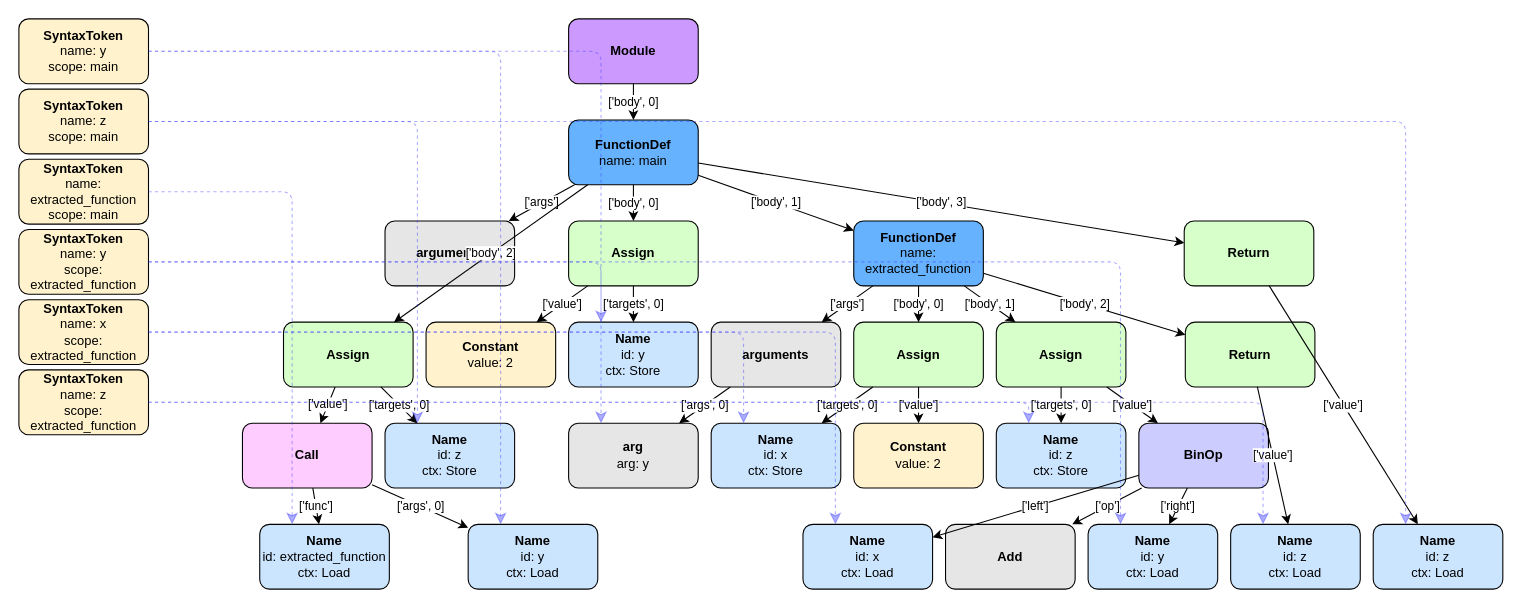
Before: images/test-extraction-after.drawio in nastia-39/project-6390, a draw.io diagram. Source tidied: cells renumbered, new cells numbered last; positions are measured from the earlier drawing's top-left corner, leaving out a move shared by most shapes. Both pictures are drawn from the tidied source at 108%, with x=0, y=0 at pixel (18, 18).
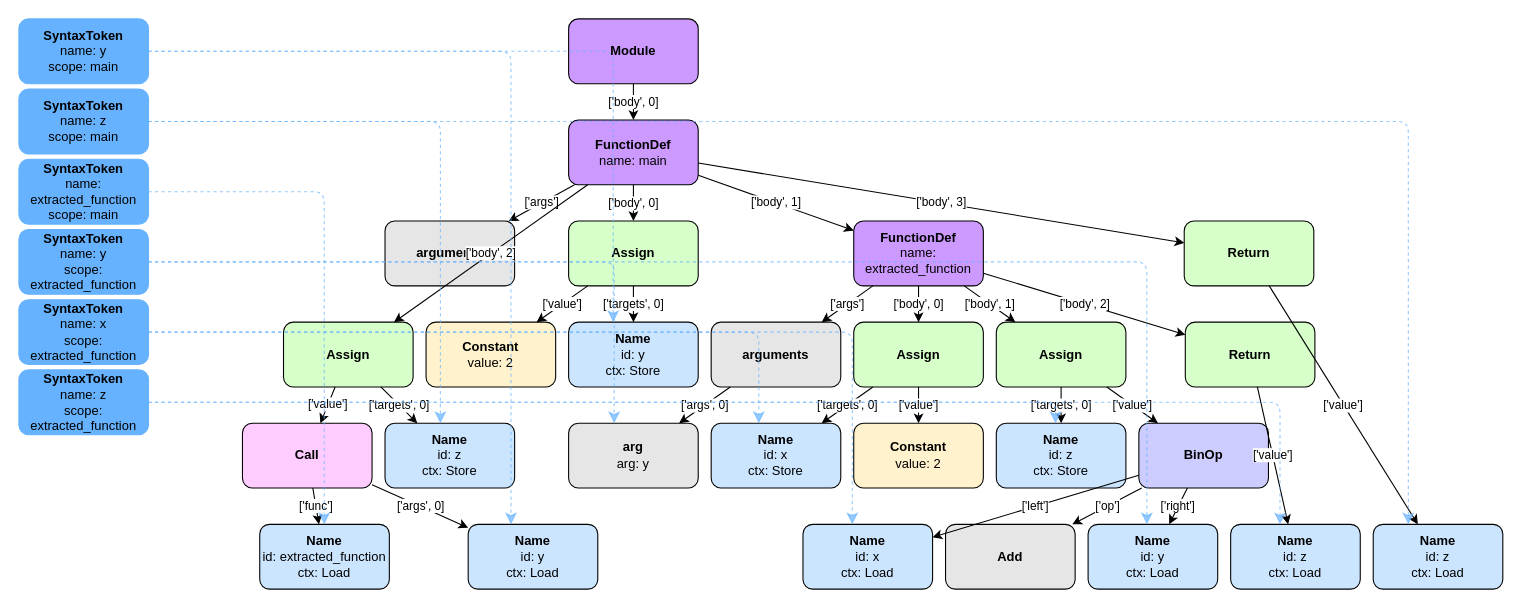
The same diagram, later.

The change refers to these unchanged cells:
```xml
<mxCell id="6" value="&lt;b&gt;Name&lt;/b&gt;&lt;br&gt;id: y&lt;br&gt;ctx: Store" style="whiteSpace=wrap;html=1;rounded=1;fillColor=#CCE5FF;strokeColor=#000000;" parent="1" vertex="1">
  <mxGeometry x="509" y="280.8" width="120" height="60" as="geometry" />
</mxCell>
<mxCell id="10" value="&lt;b&gt;arg&lt;/b&gt;&lt;br&gt;arg: y" style="whiteSpace=wrap;html=1;rounded=1;fillColor=#E6E6E6;strokeColor=#000000;" parent="1" vertex="1">
  <mxGeometry x="509" y="374.4" width="120" height="60" as="geometry" />
</mxCell>
<mxCell id="12" value="&lt;b&gt;Name&lt;/b&gt;&lt;br&gt;id: x&lt;br&gt;ctx: Store" style="whiteSpace=wrap;html=1;rounded=1;fillColor=#CCE5FF;strokeColor=#000000;" parent="1" vertex="1">
  <mxGeometry x="641" y="374.4" width="120" height="60" as="geometry" />
</mxCell>
<mxCell id="15" value="&lt;b&gt;Name&lt;/b&gt;&lt;br&gt;id: z&lt;br&gt;ctx: Store" style="whiteSpace=wrap;html=1;rounded=1;fillColor=#CCE5FF;strokeColor=#000000;" parent="1" vertex="1">
  <mxGeometry x="905" y="374.4" width="120" height="60" as="geometry" />
</mxCell>
<mxCell id="17" value="&lt;b&gt;Name&lt;/b&gt;&lt;br&gt;id: x&lt;br&gt;ctx: Load" style="whiteSpace=wrap;html=1;rounded=1;fillColor=#CCE5FF;strokeColor=#000000;" parent="1" vertex="1">
  <mxGeometry x="726" y="468" width="120" height="60" as="geometry" />
</mxCell>
<mxCell id="19" value="&lt;b&gt;Name&lt;/b&gt;&lt;br&gt;id: y&lt;br&gt;ctx: Load" style="whiteSpace=wrap;html=1;rounded=1;fillColor=#CCE5FF;strokeColor=#000000;" parent="1" vertex="1">
  <mxGeometry x="990" y="468" width="120" height="60" as="geometry" />
</mxCell>
<mxCell id="21" value="&lt;b&gt;Name&lt;/b&gt;&lt;br&gt;id: z&lt;br&gt;ctx: Load" style="whiteSpace=wrap;html=1;rounded=1;fillColor=#CCE5FF;strokeColor=#000000;" parent="1" vertex="1">
  <mxGeometry x="1122" y="468" width="120" height="60" as="geometry" />
</mxCell>
<mxCell id="23" value="&lt;b&gt;Name&lt;/b&gt;&lt;br&gt;id: z&lt;br&gt;ctx: Store" style="whiteSpace=wrap;html=1;rounded=1;fillColor=#CCE5FF;strokeColor=#000000;" parent="1" vertex="1">
  <mxGeometry x="339" y="374.4" width="120" height="60" as="geometry" />
</mxCell>
<mxCell id="25" value="&lt;b&gt;Name&lt;/b&gt;&lt;br&gt;id: extracted_function&lt;br&gt;ctx: Load" style="whiteSpace=wrap;html=1;rounded=1;fillColor=#CCE5FF;strokeColor=#000000;" parent="1" vertex="1">
  <mxGeometry x="223" y="468" width="120" height="60" as="geometry" />
</mxCell>
<mxCell id="26" value="&lt;b&gt;Name&lt;/b&gt;&lt;br&gt;id: y&lt;br&gt;ctx: Load" style="whiteSpace=wrap;html=1;rounded=1;fillColor=#CCE5FF;strokeColor=#000000;" parent="1" vertex="1">
  <mxGeometry x="416" y="468" width="120" height="60" as="geometry" />
</mxCell>
<mxCell id="28" value="&lt;b&gt;Name&lt;/b&gt;&lt;br&gt;id: z&lt;br&gt;ctx: Load" style="whiteSpace=wrap;html=1;rounded=1;fillColor=#CCE5FF;strokeColor=#000000;" parent="1" vertex="1">
  <mxGeometry x="1254" y="468" width="120" height="60" as="geometry" />
</mxCell>
```

The edit, as a diff of the source:
```diff
@@
-    <mxCell id="3" value="&lt;b&gt;FunctionDef&lt;/b&gt;&lt;br&gt;name: main" style="whiteSpace=wrap;html=1;rounded=1;fillColor=#66B2FF;strokeColor=#000000;" parent="1" vertex="1">
+    <mxCell id="3" value="&lt;b&gt;FunctionDef&lt;/b&gt;&lt;br&gt;name: main" style="whiteSpace=wrap;html=1;rounded=1;fillColor=#CC99FF;strokeColor=#000000;" parent="1" vertex="1">
       <mxGeometry x="509" y="93.6" width="120" height="60" as="geometry" />
     </mxCell>
@@
-    <mxCell id="8" value="&lt;b&gt;FunctionDef&lt;/b&gt;&lt;br&gt;name: extracted_function" style="whiteSpace=wrap;html=1;rounded=1;fillColor=#66B2FF;strokeColor=#000000;" parent="1" vertex="1">
+    <mxCell id="8" value="&lt;b&gt;FunctionDef&lt;/b&gt;&lt;br&gt;name: extracted_function" style="whiteSpace=wrap;html=1;rounded=1;fillColor=#CC99FF;strokeColor=#000000;" parent="1" vertex="1">
       <mxGeometry x="773" y="187.2" width="120" height="60" as="geometry" />
     </mxCell>
@@
-    <mxCell id="55" value="&lt;b&gt;SyntaxToken&lt;/b&gt;&lt;br&gt;name: y&lt;br&gt;scope: main" style="whiteSpace=wrap;html=1;rounded=1;fillColor=#FFF2CC;strokeColor=#000000;" parent="1" vertex="1">
+    <mxCell id="55" value="&lt;b&gt;SyntaxToken&lt;/b&gt;&lt;br&gt;name: y&lt;br&gt;scope: main" style="whiteSpace=wrap;html=1;rounded=1;fillColor=#66B2FF;strokeColor=#66B2FF;" parent="1" vertex="1">
       <mxGeometry width="120" height="60" as="geometry" />
     </mxCell>
-    <mxCell id="56" value="&lt;b&gt;SyntaxToken&lt;/b&gt;&lt;br&gt;name: z&lt;br&gt;scope: main" style="whiteSpace=wrap;html=1;rounded=1;fillColor=#FFF2CC;strokeColor=#000000;" parent="1" vertex="1">
+    <mxCell id="56" value="&lt;b&gt;SyntaxToken&lt;/b&gt;&lt;br&gt;name: z&lt;br&gt;scope: main" style="whiteSpace=wrap;html=1;rounded=1;fillColor=#66B2FF;strokeColor=#66B2FF;" parent="1" vertex="1">
       <mxGeometry y="65" width="120" height="60" as="geometry" />
     </mxCell>
-    <mxCell id="57" value="&lt;b&gt;SyntaxToken&lt;/b&gt;&lt;br&gt;name: extracted_function&lt;br&gt;scope: main" style="whiteSpace=wrap;html=1;rounded=1;fillColor=#FFF2CC;strokeColor=#000000;" parent="1" vertex="1">
+    <mxCell id="57" value="&lt;b&gt;SyntaxToken&lt;/b&gt;&lt;br&gt;name: extracted_function&lt;br&gt;scope: main" style="whiteSpace=wrap;html=1;rounded=1;fillColor=#66B2FF;strokeColor=#66B2FF;" parent="1" vertex="1">
       <mxGeometry y="130" width="120" height="60" as="geometry" />
     </mxCell>
-    <mxCell id="58" value="&lt;b&gt;SyntaxToken&lt;/b&gt;&lt;br&gt;name: y&lt;br&gt;scope: extracted_function" style="whiteSpace=wrap;html=1;rounded=1;fillColor=#FFF2CC;strokeColor=#000000;" parent="1" vertex="1">
+    <mxCell id="58" value="&lt;b&gt;SyntaxToken&lt;/b&gt;&lt;br&gt;name: y&lt;br&gt;scope: extracted_function" style="whiteSpace=wrap;html=1;rounded=1;fillColor=#66B2FF;strokeColor=#66B2FF;" parent="1" vertex="1">
       <mxGeometry y="195" width="120" height="60" as="geometry" />
     </mxCell>
-    <mxCell id="59" value="&lt;b&gt;SyntaxToken&lt;/b&gt;&lt;br&gt;name: x&lt;br&gt;scope: extracted_function" style="whiteSpace=wrap;html=1;rounded=1;fillColor=#FFF2CC;strokeColor=#000000;" parent="1" vertex="1">
+    <mxCell id="59" value="&lt;b&gt;SyntaxToken&lt;/b&gt;&lt;br&gt;name: x&lt;br&gt;scope: extracted_function" style="whiteSpace=wrap;html=1;rounded=1;fillColor=#66B2FF;strokeColor=#66B2FF;" parent="1" vertex="1">
       <mxGeometry y="260" width="120" height="60" as="geometry" />
     </mxCell>
-    <mxCell id="60" value="&lt;b&gt;SyntaxToken&lt;/b&gt;&lt;br&gt;name: z&lt;br&gt;scope: extracted_function" style="whiteSpace=wrap;html=1;rounded=1;fillColor=#FFF2CC;strokeColor=#000000;" parent="1" vertex="1">
+    <mxCell id="60" value="&lt;b&gt;SyntaxToken&lt;/b&gt;&lt;br&gt;name: z&lt;br&gt;scope: extracted_function" style="whiteSpace=wrap;html=1;rounded=1;fillColor=#66B2FF;strokeColor=#66B2FF;" parent="1" vertex="1">
       <mxGeometry y="325" width="120" height="60" as="geometry" />
     </mxCell>
-    <mxCell id="61" style="edgeStyle=segmentEdgeStyle;endArrow=classic;html=1;rounded=1;endSize=8;startSize=8;entryX=0.25;entryY=0;entryDx=0;entryDy=0;opacity=40;shadow=0;dashed=1;jumpSize=6;strokeColor=#3333FF;" parent="1" edge="1" source="55" target="6">
+    <mxCell id="61" style="edgeStyle=segmentEdgeStyle;endArrow=classic;html=1;rounded=1;endSize=8;startSize=8;entryX=0.3440949023142693;entryY=0;entryDx=0;entryDy=0;opacity=70;shadow=0;dashed=1;jumpSize=6;strokeColor=#66B2FF;" parent="1" edge="1" source="55" target="6">
       <mxGeometry relative="1" as="geometry" />
     </mxCell>
-    <mxCell id="62" style="edgeStyle=segmentEdgeStyle;endArrow=classic;html=1;rounded=1;endSize=8;startSize=8;entryX=0.25;entryY=0;entryDx=0;entryDy=0;opacity=40;shadow=0;dashed=1;jumpSize=6;strokeColor=#3333FF;" parent="1" edge="1" source="55" target="26">
+    <mxCell id="62" style="edgeStyle=segmentEdgeStyle;endArrow=classic;html=1;rounded=1;endSize=8;startSize=8;entryX=0.33031007000801027;entryY=0;entryDx=0;entryDy=0;opacity=70;shadow=0;dashed=1;jumpSize=6;strokeColor=#66B2FF;" parent="1" edge="1" source="55" target="26">
       <mxGeometry relative="1" as="geometry" />
     </mxCell>
-    <mxCell id="63" style="edgeStyle=segmentEdgeStyle;endArrow=classic;html=1;rounded=1;endSize=8;startSize=8;entryX=0.25;entryY=0;entryDx=0;entryDy=0;opacity=40;shadow=0;dashed=1;jumpSize=6;strokeColor=#3333FF;" parent="1" edge="1" source="56" target="23">
+    <mxCell id="63" style="edgeStyle=segmentEdgeStyle;endArrow=classic;html=1;rounded=1;endSize=8;startSize=8;entryX=0.4271091287183797;entryY=0;entryDx=0;entryDy=0;opacity=70;shadow=0;dashed=1;jumpSize=6;strokeColor=#66B2FF;" parent="1" edge="1" source="56" target="23">
       <mxGeometry relative="1" as="geometry" />
     </mxCell>
-    <mxCell id="64" style="edgeStyle=segmentEdgeStyle;endArrow=classic;html=1;rounded=1;endSize=8;startSize=8;entryX=0.25;entryY=0;entryDx=0;entryDy=0;opacity=40;shadow=0;dashed=1;jumpSize=6;strokeColor=#3333FF;" parent="1" edge="1" source="56" target="28">
+    <mxCell id="64" style="edgeStyle=segmentEdgeStyle;endArrow=classic;html=1;rounded=1;endSize=8;startSize=8;entryX=0.2708856823851822;entryY=0;entryDx=0;entryDy=0;opacity=70;shadow=0;dashed=1;jumpSize=6;strokeColor=#66B2FF;" parent="1" edge="1" source="56" target="28">
       <mxGeometry relative="1" as="geometry" />
     </mxCell>
-    <mxCell id="65" style="edgeStyle=segmentEdgeStyle;endArrow=classic;html=1;rounded=1;endSize=8;startSize=8;entryX=0.25;entryY=0;entryDx=0;entryDy=0;opacity=40;shadow=0;dashed=1;jumpSize=6;strokeColor=#3333FF;" parent="1" edge="1" source="57" target="25">
+    <mxCell id="65" style="edgeStyle=segmentEdgeStyle;endArrow=classic;html=1;rounded=1;endSize=8;startSize=8;entryX=0.4979049999454277;entryY=0;entryDx=0;entryDy=0;opacity=70;shadow=0;dashed=1;jumpSize=6;strokeColor=#66B2FF;" parent="1" edge="1" source="57" target="25">
       <mxGeometry relative="1" as="geometry" />
     </mxCell>
-    <mxCell id="66" style="edgeStyle=segmentEdgeStyle;endArrow=classic;html=1;rounded=1;endSize=8;startSize=8;entryX=0.25;entryY=0;entryDx=0;entryDy=0;opacity=40;shadow=0;dashed=1;jumpSize=6;strokeColor=#3333FF;" parent="1" edge="1" source="58" target="10">
+    <mxCell id="66" style="edgeStyle=segmentEdgeStyle;endArrow=classic;html=1;rounded=1;endSize=8;startSize=8;entryX=0.35136838354164857;entryY=0;entryDx=0;entryDy=0;opacity=70;shadow=0;dashed=1;jumpSize=6;strokeColor=#66B2FF;" parent="1" edge="1" source="58" target="10">
       <mxGeometry relative="1" as="geometry" />
     </mxCell>
-    <mxCell id="67" style="edgeStyle=segmentEdgeStyle;endArrow=classic;html=1;rounded=1;endSize=8;startSize=8;entryX=0.25;entryY=0;entryDx=0;entryDy=0;opacity=40;shadow=0;dashed=1;jumpSize=6;strokeColor=#3333FF;" parent="1" edge="1" source="58" target="19">
+    <mxCell id="67" style="edgeStyle=segmentEdgeStyle;endArrow=classic;html=1;rounded=1;endSize=8;startSize=8;entryX=0.45343432822165575;entryY=0;entryDx=0;entryDy=0;opacity=70;shadow=0;dashed=1;jumpSize=6;strokeColor=#66B2FF;" parent="1" edge="1" source="58" target="19">
       <mxGeometry relative="1" as="geometry" />
     </mxCell>
-    <mxCell id="68" style="edgeStyle=segmentEdgeStyle;endArrow=classic;html=1;rounded=1;endSize=8;startSize=8;entryX=0.25;entryY=0;entryDx=0;entryDy=0;opacity=40;shadow=0;dashed=1;jumpSize=6;strokeColor=#3333FF;" parent="1" edge="1" source="59" target="12">
+    <mxCell id="68" style="edgeStyle=segmentEdgeStyle;endArrow=classic;html=1;rounded=1;endSize=8;startSize=8;entryX=0.36739506192123184;entryY=0;entryDx=0;entryDy=0;opacity=70;shadow=0;dashed=1;jumpSize=6;strokeColor=#66B2FF;" parent="1" edge="1" source="59" target="12">
       <mxGeometry relative="1" as="geometry" />
     </mxCell>
-    <mxCell id="69" style="edgeStyle=segmentEdgeStyle;endArrow=classic;html=1;rounded=1;endSize=8;startSize=8;entryX=0.25;entryY=0;entryDx=0;entryDy=0;opacity=40;shadow=0;dashed=1;jumpSize=6;strokeColor=#3333FF;" parent="1" edge="1" source="59" target="17">
+    <mxCell id="69" style="edgeStyle=segmentEdgeStyle;endArrow=classic;html=1;rounded=1;endSize=8;startSize=8;entryX=0.38049724904934173;entryY=0;entryDx=0;entryDy=0;opacity=70;shadow=0;dashed=1;jumpSize=6;strokeColor=#66B2FF;" parent="1" edge="1" source="59" target="17">
       <mxGeometry relative="1" as="geometry" />
     </mxCell>
-    <mxCell id="70" style="edgeStyle=segmentEdgeStyle;endArrow=classic;html=1;rounded=1;endSize=8;startSize=8;entryX=0.25;entryY=0;entryDx=0;entryDy=0;opacity=40;shadow=0;dashed=1;jumpSize=6;strokeColor=#3333FF;" parent="1" edge="1" source="60" target="15">
+    <mxCell id="70" style="edgeStyle=segmentEdgeStyle;endArrow=classic;html=1;rounded=1;endSize=8;startSize=8;entryX=0.457056452145927;entryY=0;entryDx=0;entryDy=0;opacity=70;shadow=0;dashed=1;jumpSize=6;strokeColor=#66B2FF;" parent="1" edge="1" source="60" target="15">
       <mxGeometry relative="1" as="geometry" />
     </mxCell>
-    <mxCell id="71" style="edgeStyle=segmentEdgeStyle;endArrow=classic;html=1;rounded=1;endSize=8;startSize=8;entryX=0.25;entryY=0;entryDx=0;entryDy=0;opacity=40;shadow=0;dashed=1;jumpSize=6;strokeColor=#3333FF;" parent="1" edge="1" source="60" target="21">
+    <mxCell id="71" style="edgeStyle=segmentEdgeStyle;endArrow=classic;html=1;rounded=1;endSize=8;startSize=8;entryX=0.3807211891997312;entryY=0;entryDx=0;entryDy=0;opacity=70;shadow=0;dashed=1;jumpSize=6;strokeColor=#66B2FF;" parent="1" edge="1" source="60" target="21">
       <mxGeometry relative="1" as="geometry" />
     </mxCell>
```
